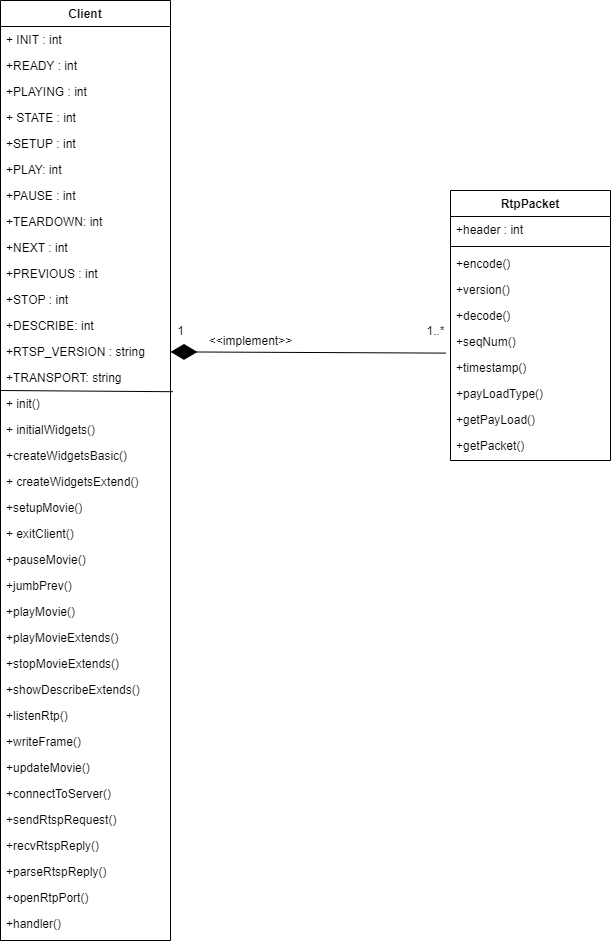
Above: classDiagramClient.png in kietteik/StreamingVideoPython (draw.io), before the change. Source tidied: cells renumbered, new cells last; positions are measured from the earlier drawing's top-left corner, leaving out a move shared by most shapes.
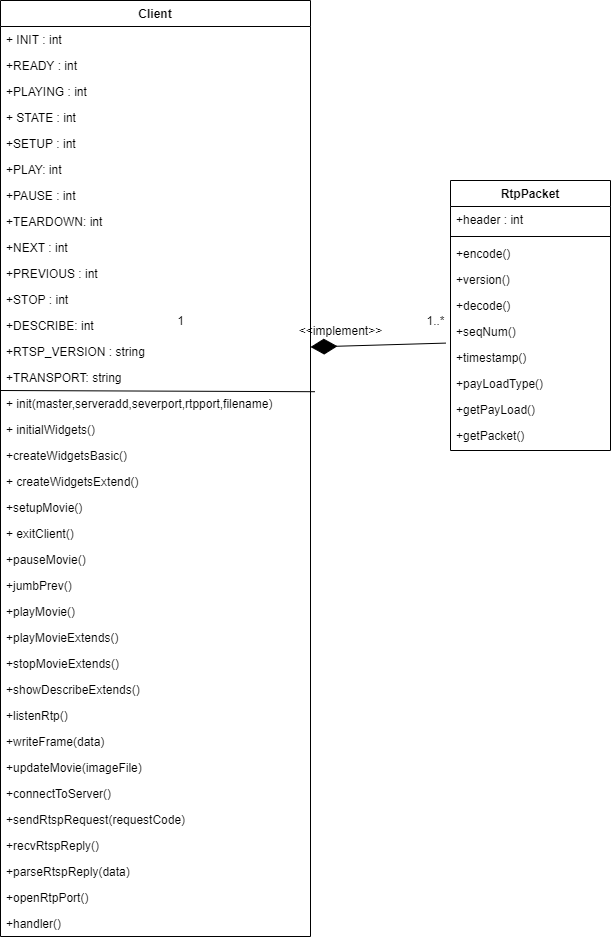
Later version of the same file.

Diff of the diagram source:
```diff
@@ -3,120 +3,120 @@
     <mxCell id="0" />
     <mxCell id="1" parent="0" />
     <mxCell id="2" value="Client" style="swimlane;fontStyle=1;align=center;verticalAlign=top;horizontal=1;startSize=26;rounded=0;shadow=0;strokeWidth=1;" parent="1" vertex="1">
-      <mxGeometry width="170" height="940" as="geometry" />
+      <mxGeometry y="10" width="310" height="936" as="geometry" />
     </mxCell>
     <mxCell id="3" value="+ INIT : int" style="text;align=left;verticalAlign=top;spacingLeft=4;spacingRight=4;overflow=hidden;rounded=0;shadow=0;html=0;" parent="2" vertex="1">
-      <mxGeometry y="26" width="170" height="26" as="geometry" />
+      <mxGeometry y="26" width="310" height="26" as="geometry" />
     </mxCell>
     <mxCell id="4" value="+READY : int" style="text;align=left;verticalAlign=top;spacingLeft=4;spacingRight=4;overflow=hidden;rounded=0;shadow=0;html=0;" parent="2" vertex="1">
-      <mxGeometry y="52" width="170" height="26" as="geometry" />
+      <mxGeometry y="52" width="310" height="26" as="geometry" />
     </mxCell>
     <mxCell id="5" value="+PLAYING : int" style="text;align=left;verticalAlign=top;spacingLeft=4;spacingRight=4;overflow=hidden;rounded=0;shadow=0;html=0;" parent="2" vertex="1">
-      <mxGeometry y="78" width="170" height="26" as="geometry" />
+      <mxGeometry y="78" width="310" height="26" as="geometry" />
     </mxCell>
     <mxCell id="6" value="+ STATE : int" style="text;align=left;verticalAlign=top;spacingLeft=4;spacingRight=4;overflow=hidden;rounded=0;shadow=0;html=0;" parent="2" vertex="1">
-      <mxGeometry y="104" width="170" height="26" as="geometry" />
+      <mxGeometry y="104" width="310" height="26" as="geometry" />
     </mxCell>
     <mxCell id="7" value="+SETUP : int" style="text;align=left;verticalAlign=top;spacingLeft=4;spacingRight=4;overflow=hidden;rounded=0;shadow=0;html=0;" parent="2" vertex="1">
-      <mxGeometry y="130" width="170" height="26" as="geometry" />
+      <mxGeometry y="130" width="310" height="26" as="geometry" />
     </mxCell>
     <mxCell id="8" value="+PLAY: int" style="text;align=left;verticalAlign=top;spacingLeft=4;spacingRight=4;overflow=hidden;rounded=0;shadow=0;html=0;" parent="2" vertex="1">
-      <mxGeometry y="156" width="170" height="26" as="geometry" />
+      <mxGeometry y="156" width="310" height="26" as="geometry" />
     </mxCell>
     <mxCell id="9" value="+PAUSE : int" style="text;align=left;verticalAlign=top;spacingLeft=4;spacingRight=4;overflow=hidden;rounded=0;shadow=0;html=0;" parent="2" vertex="1">
-      <mxGeometry y="182" width="170" height="26" as="geometry" />
+      <mxGeometry y="182" width="310" height="26" as="geometry" />
     </mxCell>
     <mxCell id="10" value="+TEARDOWN: int" style="text;align=left;verticalAlign=top;spacingLeft=4;spacingRight=4;overflow=hidden;rounded=0;shadow=0;html=0;" parent="2" vertex="1">
-      <mxGeometry y="208" width="170" height="26" as="geometry" />
+      <mxGeometry y="208" width="310" height="26" as="geometry" />
     </mxCell>
     <mxCell id="11" value="+NEXT : int" style="text;align=left;verticalAlign=top;spacingLeft=4;spacingRight=4;overflow=hidden;rounded=0;shadow=0;html=0;" parent="2" vertex="1">
-      <mxGeometry y="234" width="170" height="26" as="geometry" />
+      <mxGeometry y="234" width="310" height="26" as="geometry" />
     </mxCell>
     <mxCell id="12" value="+PREVIOUS : int" style="text;align=left;verticalAlign=top;spacingLeft=4;spacingRight=4;overflow=hidden;points=[[0,0.5],[1,0.5]];portConstraint=eastwest;rounded=0;shadow=0;html=0;" parent="2" vertex="1">
-      <mxGeometry y="260" width="170" height="26" as="geometry" />
+      <mxGeometry y="260" width="310" height="26" as="geometry" />
     </mxCell>
     <mxCell id="13" value="+STOP : int" style="text;align=left;verticalAlign=top;spacingLeft=4;spacingRight=4;overflow=hidden;rounded=0;shadow=0;html=0;" parent="2" vertex="1">
-      <mxGeometry y="286" width="170" height="26" as="geometry" />
+      <mxGeometry y="286" width="310" height="26" as="geometry" />
     </mxCell>
     <mxCell id="14" value="+DESCRIBE: int" style="text;align=left;verticalAlign=top;spacingLeft=4;spacingRight=4;overflow=hidden;rounded=0;shadow=0;html=0;" parent="2" vertex="1">
-      <mxGeometry y="312" width="170" height="26" as="geometry" />
+      <mxGeometry y="312" width="310" height="26" as="geometry" />
     </mxCell>
     <mxCell id="15" value="+RTSP_VERSION : string" style="text;align=left;verticalAlign=top;spacingLeft=4;spacingRight=4;overflow=hidden;points=[[0,0.5],[1,0.5]];portConstraint=eastwest;rounded=0;shadow=0;html=0;" parent="2" vertex="1">
-      <mxGeometry y="338" width="170" height="26" as="geometry" />
+      <mxGeometry y="338" width="310" height="26" as="geometry" />
     </mxCell>
     <mxCell id="16" value="+TRANSPORT: string" style="text;align=left;verticalAlign=top;spacingLeft=4;spacingRight=4;overflow=hidden;rounded=0;shadow=0;html=0;" parent="2" vertex="1">
-      <mxGeometry y="364" width="170" height="26" as="geometry" />
+      <mxGeometry y="364" width="310" height="26" as="geometry" />
     </mxCell>
     <mxCell id="17" style="endArrow=none;html=1;entryX=1.014;entryY=0.046;entryDx=0;entryDy=0;entryPerimeter=0;" parent="2" edge="1" target="18">
       <mxGeometry relative="1" as="geometry">
         <mxPoint y="390" as="sourcePoint" />
       </mxGeometry>
     </mxCell>
-    <mxCell id="18" value="+ init()" style="text;align=left;verticalAlign=top;spacingLeft=4;spacingRight=4;overflow=hidden;points=[[0,0.5],[1,0.5]];portConstraint=eastwest;rounded=0;shadow=0;html=0;" parent="2" vertex="1">
-      <mxGeometry y="390" width="170" height="26" as="geometry" />
+    <mxCell id="18" value="+ init(master,serveradd,severport,rtpport,filename)" style="text;align=left;verticalAlign=top;spacingLeft=4;spacingRight=4;overflow=hidden;points=[[0,0.5],[1,0.5]];portConstraint=eastwest;rounded=0;shadow=0;html=0;" parent="2" vertex="1">
+      <mxGeometry y="390" width="310" height="26" as="geometry" />
     </mxCell>
     <mxCell id="19" style="edgeStyle=orthogonalEdgeStyle;rounded=0;orthogonalLoop=1;jettySize=auto;html=1;exitX=1;exitY=0.5;exitDx=0;exitDy=0;" parent="2" edge="1" source="12" target="12">
       <mxGeometry relative="1" as="geometry" />
     </mxCell>
     <mxCell id="20" value="+ initialWidgets()" style="text;align=left;verticalAlign=top;spacingLeft=4;spacingRight=4;overflow=hidden;rounded=0;shadow=0;html=0;" parent="2" vertex="1">
-      <mxGeometry y="416" width="170" height="26" as="geometry" />
+      <mxGeometry y="416" width="310" height="26" as="geometry" />
     </mxCell>
     <mxCell id="21" value="+createWidgetsBasic()" style="text;align=left;verticalAlign=top;spacingLeft=4;spacingRight=4;overflow=hidden;rounded=0;shadow=0;html=0;" parent="2" vertex="1">
-      <mxGeometry y="442" width="170" height="26" as="geometry" />
+      <mxGeometry y="442" width="310" height="26" as="geometry" />
     </mxCell>
     <mxCell id="22" value="+ createWidgetsExtend()" style="text;align=left;verticalAlign=top;spacingLeft=4;spacingRight=4;overflow=hidden;rounded=0;shadow=0;html=0;" parent="2" vertex="1">
-      <mxGeometry y="468" width="170" height="26" as="geometry" />
+      <mxGeometry y="468" width="310" height="26" as="geometry" />
     </mxCell>
     <mxCell id="23" value="+setupMovie()" style="text;align=left;verticalAlign=top;spacingLeft=4;spacingRight=4;overflow=hidden;rounded=0;shadow=0;html=0;" parent="2" vertex="1">
-      <mxGeometry y="494" width="170" height="26" as="geometry" />
+      <mxGeometry y="494" width="310" height="26" as="geometry" />
     </mxCell>
     <mxCell id="24" value="+ exitClient()" style="text;align=left;verticalAlign=top;spacingLeft=4;spacingRight=4;overflow=hidden;rounded=0;shadow=0;html=0;" parent="2" vertex="1">
-      <mxGeometry y="520" width="170" height="26" as="geometry" />
+      <mxGeometry y="520" width="310" height="26" as="geometry" />
     </mxCell>
     <mxCell id="25" value="+pauseMovie()" style="text;align=left;verticalAlign=top;spacingLeft=4;spacingRight=4;overflow=hidden;rounded=0;shadow=0;html=0;" parent="2" vertex="1">
-      <mxGeometry y="546" width="170" height="26" as="geometry" />
+      <mxGeometry y="546" width="310" height="26" as="geometry" />
     </mxCell>
     <mxCell id="26" value="+jumbPrev()" style="text;align=left;verticalAlign=top;spacingLeft=4;spacingRight=4;overflow=hidden;rounded=0;shadow=0;html=0;" parent="2" vertex="1">
-      <mxGeometry y="572" width="170" height="26" as="geometry" />
+      <mxGeometry y="572" width="310" height="26" as="geometry" />
     </mxCell>
     <mxCell id="27" value="+playMovie()" style="text;align=left;verticalAlign=top;spacingLeft=4;spacingRight=4;overflow=hidden;rounded=0;shadow=0;html=0;" parent="2" vertex="1">
-      <mxGeometry y="598" width="170" height="26" as="geometry" />
+      <mxGeometry y="598" width="310" height="26" as="geometry" />
     </mxCell>
     <mxCell id="28" value="+playMovieExtends()" style="text;align=left;verticalAlign=top;spacingLeft=4;spacingRight=4;overflow=hidden;rounded=0;shadow=0;html=0;" parent="2" vertex="1">
-      <mxGeometry y="624" width="170" height="26" as="geometry" />
+      <mxGeometry y="624" width="310" height="26" as="geometry" />
     </mxCell>
     <mxCell id="29" value="+stopMovieExtends()" style="text;align=left;verticalAlign=top;spacingLeft=4;spacingRight=4;overflow=hidden;rounded=0;shadow=0;html=0;" parent="2" vertex="1">
-      <mxGeometry y="650" width="170" height="26" as="geometry" />
+      <mxGeometry y="650" width="310" height="26" as="geometry" />
     </mxCell>
     <mxCell id="30" value="+showDescribeExtends()" style="text;align=left;verticalAlign=top;spacingLeft=4;spacingRight=4;overflow=hidden;rounded=0;shadow=0;html=0;" parent="2" vertex="1">
-      <mxGeometry y="676" width="170" height="26" as="geometry" />
+      <mxGeometry y="676" width="310" height="26" as="geometry" />
     </mxCell>
     <mxCell id="31" value="+listenRtp()" style="text;align=left;verticalAlign=top;spacingLeft=4;spacingRight=4;overflow=hidden;rounded=0;shadow=0;html=0;" parent="2" vertex="1">
-      <mxGeometry y="702" width="170" height="26" as="geometry" />
+      <mxGeometry y="702" width="310" height="26" as="geometry" />
     </mxCell>
-    <mxCell id="32" value="+writeFrame()" style="text;align=left;verticalAlign=top;spacingLeft=4;spacingRight=4;overflow=hidden;rounded=0;shadow=0;html=0;" parent="2" vertex="1">
-      <mxGeometry y="728" width="170" height="26" as="geometry" />
+    <mxCell id="32" value="+writeFrame(data)" style="text;align=left;verticalAlign=top;spacingLeft=4;spacingRight=4;overflow=hidden;rounded=0;shadow=0;html=0;" parent="2" vertex="1">
+      <mxGeometry y="728" width="310" height="26" as="geometry" />
     </mxCell>
-    <mxCell id="33" value="+updateMovie()" style="text;align=left;verticalAlign=top;spacingLeft=4;spacingRight=4;overflow=hidden;rounded=0;shadow=0;html=0;" parent="2" vertex="1">
-      <mxGeometry y="754" width="170" height="26" as="geometry" />
+    <mxCell id="33" value="+updateMovie(imageFile)" style="text;align=left;verticalAlign=top;spacingLeft=4;spacingRight=4;overflow=hidden;rounded=0;shadow=0;html=0;" parent="2" vertex="1">
+      <mxGeometry y="754" width="310" height="26" as="geometry" />
     </mxCell>
     <mxCell id="34" value="+connectToServer()" style="text;align=left;verticalAlign=top;spacingLeft=4;spacingRight=4;overflow=hidden;rounded=0;shadow=0;html=0;" parent="2" vertex="1">
-      <mxGeometry y="780" width="170" height="26" as="geometry" />
+      <mxGeometry y="780" width="310" height="26" as="geometry" />
     </mxCell>
-    <mxCell id="35" value="+sendRtspRequest()" style="text;align=left;verticalAlign=top;spacingLeft=4;spacingRight=4;overflow=hidden;rounded=0;shadow=0;html=0;" parent="2" vertex="1">
-      <mxGeometry y="806" width="170" height="26" as="geometry" />
+    <mxCell id="35" value="+sendRtspRequest(requestCode)" style="text;align=left;verticalAlign=top;spacingLeft=4;spacingRight=4;overflow=hidden;rounded=0;shadow=0;html=0;" parent="2" vertex="1">
+      <mxGeometry y="806" width="310" height="26" as="geometry" />
     </mxCell>
     <mxCell id="36" value="+recvRtspReply()" style="text;align=left;verticalAlign=top;spacingLeft=4;spacingRight=4;overflow=hidden;rounded=0;shadow=0;html=0;" parent="2" vertex="1">
-      <mxGeometry y="832" width="170" height="26" as="geometry" />
+      <mxGeometry y="832" width="310" height="26" as="geometry" />
     </mxCell>
-    <mxCell id="37" value="+parseRtspReply()" style="text;align=left;verticalAlign=top;spacingLeft=4;spacingRight=4;overflow=hidden;rounded=0;shadow=0;html=0;" parent="2" vertex="1">
-      <mxGeometry y="858" width="170" height="26" as="geometry" />
+    <mxCell id="37" value="+parseRtspReply(data)" style="text;align=left;verticalAlign=top;spacingLeft=4;spacingRight=4;overflow=hidden;rounded=0;shadow=0;html=0;" parent="2" vertex="1">
+      <mxGeometry y="858" width="310" height="26" as="geometry" />
     </mxCell>
     <mxCell id="38" value="+openRtpPort()" style="text;align=left;verticalAlign=top;spacingLeft=4;spacingRight=4;overflow=hidden;rounded=0;shadow=0;html=0;" parent="2" vertex="1">
-      <mxGeometry y="884" width="170" height="26" as="geometry" />
+      <mxGeometry y="884" width="310" height="26" as="geometry" />
     </mxCell>
     <mxCell id="39" value="+handler()" style="text;align=left;verticalAlign=top;spacingLeft=4;spacingRight=4;overflow=hidden;rounded=0;shadow=0;html=0;" parent="2" vertex="1">
-      <mxGeometry y="910" width="170" height="26" as="geometry" />
+      <mxGeometry y="910" width="310" height="26" as="geometry" />
     </mxCell>
     <mxCell id="40" value="RtpPacket" style="swimlane;fontStyle=1;align=center;verticalAlign=top;horizontal=1;startSize=26;rounded=0;shadow=0;strokeWidth=1;" parent="1" vertex="1">
       <mxGeometry x="450" y="190" width="160" height="270" as="geometry" />
@@ -161,7 +161,7 @@
       <mxGeometry relative="1" as="geometry" />
     </mxCell>
     <mxCell id="54" value="&amp;lt;&amp;lt;implement&amp;gt;&amp;gt;" style="text;html=1;align=center;verticalAlign=middle;" parent="1" vertex="1">
-      <mxGeometry x="200" y="330" width="100" height="20" as="geometry" />
+      <mxGeometry x="290" y="330" width="100" height="20" as="geometry" />
     </mxCell>
   </root>
 </mxGraphModel>
```
